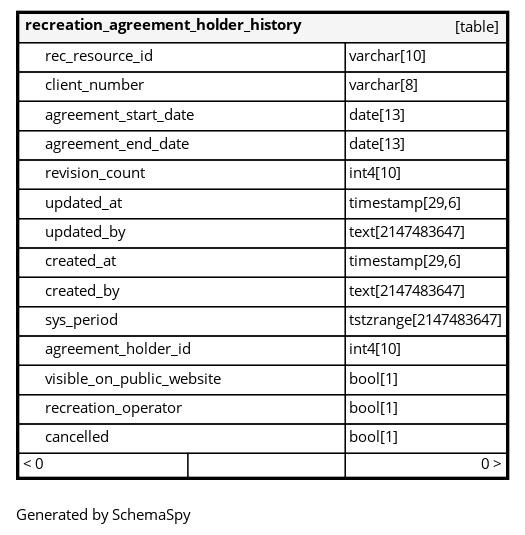
Before: rst/diagrams/tables/recreation_agreement_holder_history.1degree.png, a diagram exported from Graphviz (bcgov/nr-rec-resources). Its source is kept beside it as rst/diagrams/tables/recreation_agreement_holder_history.1degree.dot.
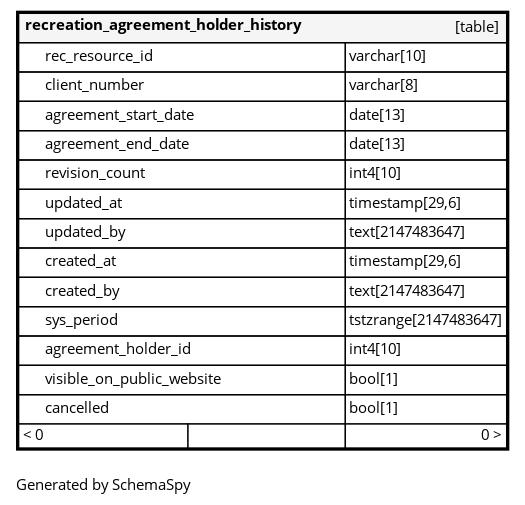
The same file after the commit.

Diff of the diagram source:
```diff
@@ -16,7 +16,6 @@
       <TR><TD PORT="sys_period" COLSPAN="2" ALIGN="LEFT"><TABLE BORDER="0" CELLSPACING="0" ALIGN="LEFT"><TR ALIGN="LEFT"><TD ALIGN="LEFT" FIXEDSIZE="TRUE" WIDTH="15" HEIGHT="16"></TD><TD ALIGN="LEFT" FIXEDSIZE="TRUE" WIDTH="224" HEIGHT="16">sys_period</TD></TR></TABLE></TD><TD PORT="sys_period.type" ALIGN="LEFT">tstzrange[2147483647]</TD></TR>
       <TR><TD PORT="agreement_holder_id" COLSPAN="2" ALIGN="LEFT"><TABLE BORDER="0" CELLSPACING="0" ALIGN="LEFT"><TR ALIGN="LEFT"><TD ALIGN="LEFT" FIXEDSIZE="TRUE" WIDTH="15" HEIGHT="16"></TD><TD ALIGN="LEFT" FIXEDSIZE="TRUE" WIDTH="224" HEIGHT="16">agreement_holder_id</TD></TR></TABLE></TD><TD PORT="agreement_holder_id.type" ALIGN="LEFT">int4[10]</TD></TR>
       <TR><TD PORT="visible_on_public_website" COLSPAN="2" ALIGN="LEFT"><TABLE BORDER="0" CELLSPACING="0" ALIGN="LEFT"><TR ALIGN="LEFT"><TD ALIGN="LEFT" FIXEDSIZE="TRUE" WIDTH="15" HEIGHT="16"></TD><TD ALIGN="LEFT" FIXEDSIZE="TRUE" WIDTH="224" HEIGHT="16">visible_on_public_website</TD></TR></TABLE></TD><TD PORT="visible_on_public_website.type" ALIGN="LEFT">bool[1]</TD></TR>
-      <TR><TD PORT="recreation_operator" COLSPAN="2" ALIGN="LEFT"><TABLE BORDER="0" CELLSPACING="0" ALIGN="LEFT"><TR ALIGN="LEFT"><TD ALIGN="LEFT" FIXEDSIZE="TRUE" WIDTH="15" HEIGHT="16"></TD><TD ALIGN="LEFT" FIXEDSIZE="TRUE" WIDTH="224" HEIGHT="16">recreation_operator</TD></TR></TABLE></TD><TD PORT="recreation_operator.type" ALIGN="LEFT">bool[1]</TD></TR>
       <TR><TD PORT="cancelled" COLSPAN="2" ALIGN="LEFT"><TABLE BORDER="0" CELLSPACING="0" ALIGN="LEFT"><TR ALIGN="LEFT"><TD ALIGN="LEFT" FIXEDSIZE="TRUE" WIDTH="15" HEIGHT="16"></TD><TD ALIGN="LEFT" FIXEDSIZE="TRUE" WIDTH="224" HEIGHT="16">cancelled</TD></TR></TABLE></TD><TD PORT="cancelled.type" ALIGN="LEFT">bool[1]</TD></TR>
       <TR><TD ALIGN="LEFT" BGCOLOR="#ffffff">&lt; 0</TD><TD ALIGN="RIGHT" BGCOLOR="#ffffff">  </TD><TD ALIGN="RIGHT" BGCOLOR="#ffffff">0 &gt;</TD></TR>
     </TABLE>>
```
